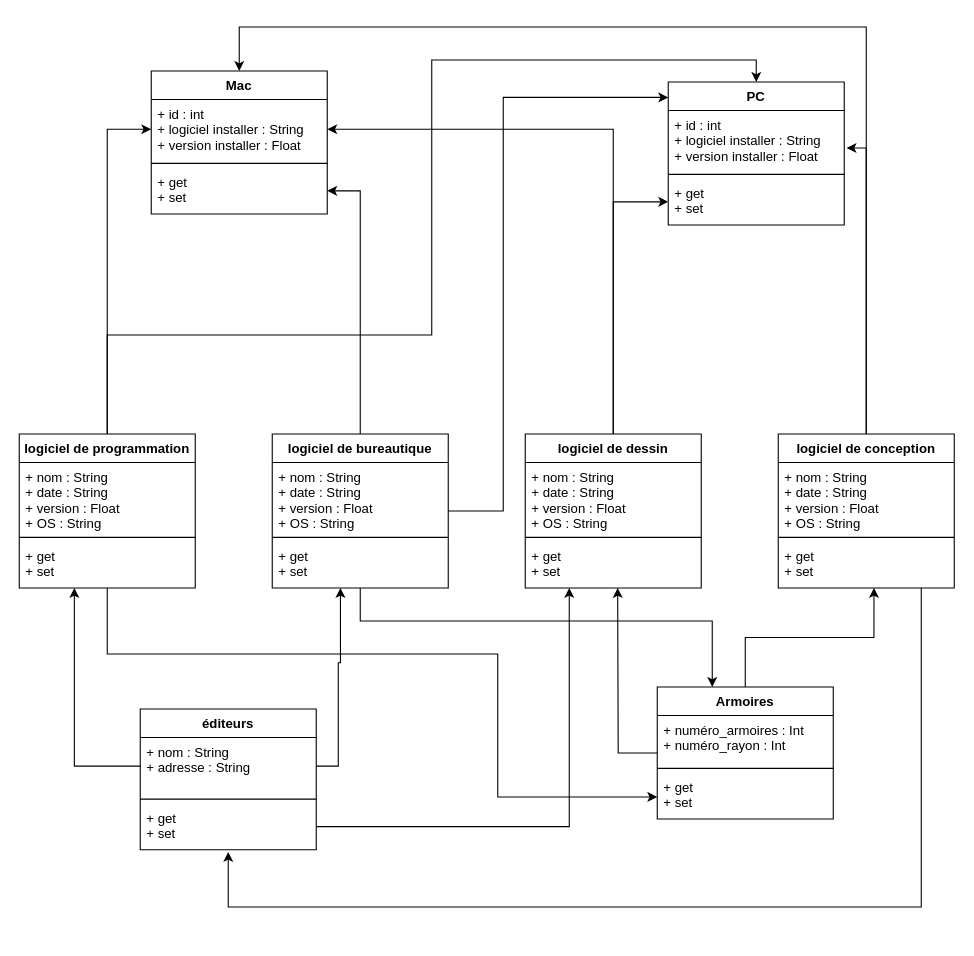
This is ExoLogiciel.drawio from HelixFix/ExoUML, a draw.io file, before an edit. Source tidied: cells renumbered, new cells numbered last; positions are measured from the earlier drawing's top-left corner, leaving out a move shared by most shapes. Both pictures are drawn from the tidied source at 110%, with x=0, y=0 at pixel (19, 26).
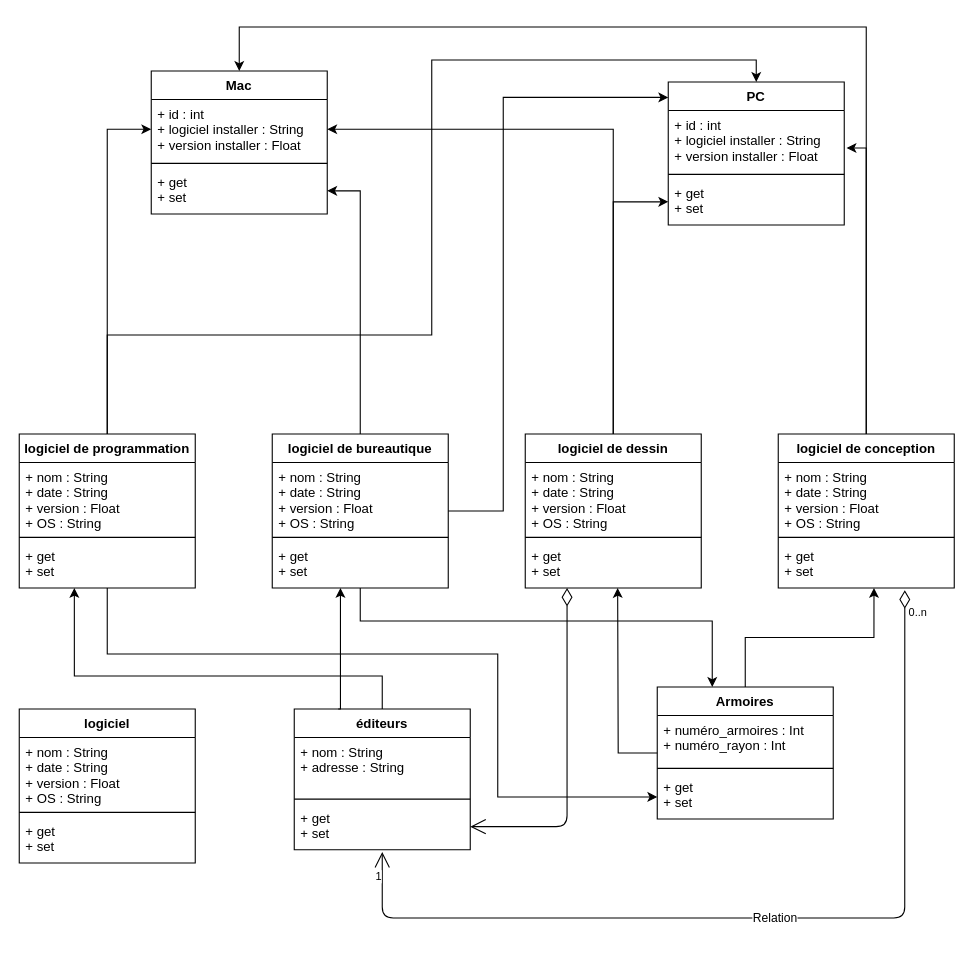
The same page after the edit.

Commit message:
Mettre à jour ExoLogiciel.drawio

The change refers to these unchanged cells:
```xml
<mxCell id="10" value="logiciel de dessin" style="swimlane;fontStyle=1;align=center;verticalAlign=top;horizontal=1;startSize=26;" parent="1" vertex="1">
  <mxGeometry x="460" y="370" width="160" height="140" as="geometry" />
</mxCell>
<mxCell id="19" value="+ get&#10;+ set&#10;" style="text;strokeColor=none;fillColor=none;align=left;verticalAlign=top;spacingLeft=4;spacingRight=4;overflow=hidden;points=[[0,0.5],[1,0.5]];portConstraint=eastwest;" parent="16" vertex="1">
  <mxGeometry y="98" width="160" height="42" as="geometry" />
</mxCell>
<mxCell id="25" value="+ get&#10;+ set&#10;" style="text;strokeColor=none;fillColor=none;align=left;verticalAlign=top;spacingLeft=4;spacingRight=4;overflow=hidden;points=[[0,0.5],[1,0.5]];portConstraint=eastwest;" parent="22" vertex="1">
  <mxGeometry y="98" width="160" height="42" as="geometry" />
</mxCell>
<mxCell id="27" value="+ nom : String&#10;+ adresse : String&#10;" style="text;strokeColor=none;fillColor=none;align=left;verticalAlign=top;spacingLeft=4;spacingRight=4;overflow=hidden;points=[[0,0.5],[1,0.5]];portConstraint=eastwest;" parent="26" vertex="1">
  <mxGeometry y="26" width="160" height="52" as="geometry" />
</mxCell>
<mxCell id="29" value="+ get&#10;+ set&#10;" style="text;strokeColor=none;fillColor=none;align=left;verticalAlign=top;spacingLeft=4;spacingRight=4;overflow=hidden;points=[[0,0.5],[1,0.5]];portConstraint=eastwest;" parent="26" vertex="1">
  <mxGeometry y="86" width="160" height="42" as="geometry" />
</mxCell>
```

What changed in the source:
```diff
@@
     <mxCell id="26" value="éditeurs" style="swimlane;fontStyle=1;align=center;verticalAlign=top;horizontal=1;startSize=26;" parent="1" vertex="1">
-      <mxGeometry x="110" y="620" width="160" height="128" as="geometry" />
+      <mxGeometry x="250" y="620" width="160" height="128" as="geometry" />
     </mxCell>
@@
-    <mxCell id="46" style="edgeStyle=orthogonalEdgeStyle;rounded=0;jettySize=auto;html=1;entryX=0.313;entryY=1;entryDx=0;entryDy=0;entryPerimeter=0;" parent="1" edge="1" source="27" target="25">
-      <mxGeometry relative="1" as="geometry" />
+    <mxCell id="46" style="edgeStyle=orthogonalEdgeStyle;rounded=0;jettySize=auto;html=1;entryX=0.313;entryY=1;entryDx=0;entryDy=0;entryPerimeter=0;" parent="1" edge="1" target="25">
+      <mxGeometry relative="1" as="geometry">
+        <mxPoint x="330" y="620" as="sourcePoint" />
+        <Array as="points">
+          <mxPoint x="330" y="590" />
+          <mxPoint x="50" y="590" />
+        </Array>
+      </mxGeometry>
     </mxCell>
-    <mxCell id="47" style="edgeStyle=orthogonalEdgeStyle;rounded=0;jettySize=auto;html=1;" parent="1" edge="1" source="27">
+    <mxCell id="47" style="edgeStyle=orthogonalEdgeStyle;rounded=0;orthogonalLoop=1;jettySize=auto;html=1;" parent="1" edge="1">
       <mxGeometry relative="1" as="geometry">
+        <mxPoint x="290" y="620" as="sourcePoint" />
         <mxPoint x="292" y="510" as="targetPoint" />
         <Array as="points">
-          <mxPoint x="290" y="672" />
-          <mxPoint x="290" y="578" />
-          <mxPoint x="292" y="578" />
+          <mxPoint x="292" y="620" />
         </Array>
       </mxGeometry>
     </mxCell>
-    <mxCell id="48" style="edgeStyle=orthogonalEdgeStyle;rounded=0;jettySize=auto;html=1;entryX=0.25;entryY=1;entryDx=0;entryDy=0;" parent="1" edge="1" source="29" target="10">
-      <mxGeometry relative="1" as="geometry" />
-    </mxCell>
-    <mxCell id="49" style="edgeStyle=orthogonalEdgeStyle;rounded=0;jettySize=auto;html=1;entryX=0.5;entryY=1.048;entryDx=0;entryDy=0;entryPerimeter=0;" parent="1" edge="1" source="19" target="29">
+    <mxCell id="49" value="Relation" style="endArrow=open;html=1;endSize=12;startArrow=diamondThin;startSize=14;startFill=0;edgeStyle=orthogonalEdgeStyle;exitX=0.719;exitY=1.048;exitDx=0;exitDy=0;exitPerimeter=0;entryX=0.5;entryY=1.048;entryDx=0;entryDy=0;entryPerimeter=0;" parent="1" edge="1" source="19" target="29">
       <mxGeometry relative="1" as="geometry">
         <Array as="points">
-          <mxPoint x="820" y="800" />
-          <mxPoint x="190" y="800" />
+          <mxPoint x="805" y="810" />
+          <mxPoint x="330" y="810" />
         </Array>
       </mxGeometry>
     </mxCell>
+    <mxCell id="50" value="0..n" style="html=1;align=left;verticalAlign=top;labelBackgroundColor=#ffffff;fontSize=10;" parent="49" vertex="1">
+      <mxGeometry x="-1" relative="1" as="geometry">
+        <mxPoint x="2" y="8" as="offset" />
+      </mxGeometry>
+    </mxCell>
+    <mxCell id="51" value="1" style="html=1;align=right;verticalAlign=top;labelBackgroundColor=#ffffff;fontSize=10;" parent="49" vertex="1">
+      <mxGeometry x="1" relative="1" as="geometry">
+        <mxPoint y="10" as="offset" />
+      </mxGeometry>
+    </mxCell>
+    <mxCell id="52" style="edgeStyle=orthogonalEdgeStyle;jettySize=auto;html=1;startArrow=diamondThin;startFill=0;startSize=14;endArrow=open;endSize=12;" parent="1" edge="1" target="29">
+      <mxGeometry relative="1" as="geometry">
+        <mxPoint x="498" y="510" as="sourcePoint" />
+        <Array as="points">
+          <mxPoint x="498" y="727" />
+        </Array>
+      </mxGeometry>
+    </mxCell>
+    <mxCell id="53" value="logiciel" style="swimlane;fontStyle=1;align=center;verticalAlign=top;horizontal=1;startSize=26;" parent="1" vertex="1">
+      <mxGeometry y="620" width="160" height="140" as="geometry" />
+    </mxCell>
+    <mxCell id="54" value="+ nom : String&#10;+ date : String&#10;+ version : Float&#10;+ OS : String" style="text;strokeColor=none;fillColor=none;align=left;verticalAlign=top;spacingLeft=4;spacingRight=4;overflow=hidden;" parent="53" vertex="1">
+      <mxGeometry y="26" width="160" height="64" as="geometry" />
+    </mxCell>
+    <mxCell id="55" style="line;strokeWidth=1;fillColor=none;align=left;verticalAlign=middle;spacingTop=-1;spacingLeft=3;spacingRight=3;labelPosition=right;" parent="53" vertex="1">
+      <mxGeometry y="90" width="160" height="8" as="geometry" />
+    </mxCell>
+    <mxCell id="56" value="+ get&#10;+ set&#10;" style="text;strokeColor=none;fillColor=none;align=left;verticalAlign=top;spacingLeft=4;spacingRight=4;overflow=hidden;" parent="53" vertex="1">
+      <mxGeometry y="98" width="160" height="42" as="geometry" />
+    </mxCell>
```
